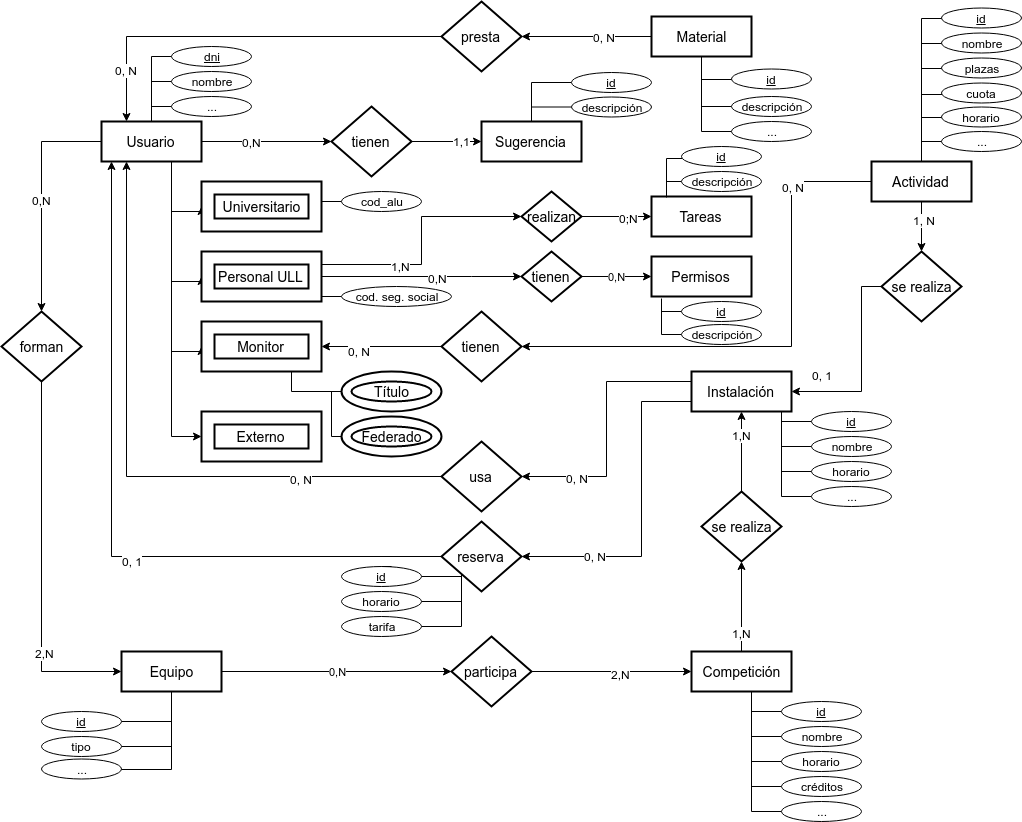
This is Copia-de-Deportes.png from Zanuro/BDD, a draw.io export, as it was before one commit. Source tidied: cells renumbered, new cells last; positions are measured from the earlier drawing's top-left corner, leaving out a move shared by most shapes.
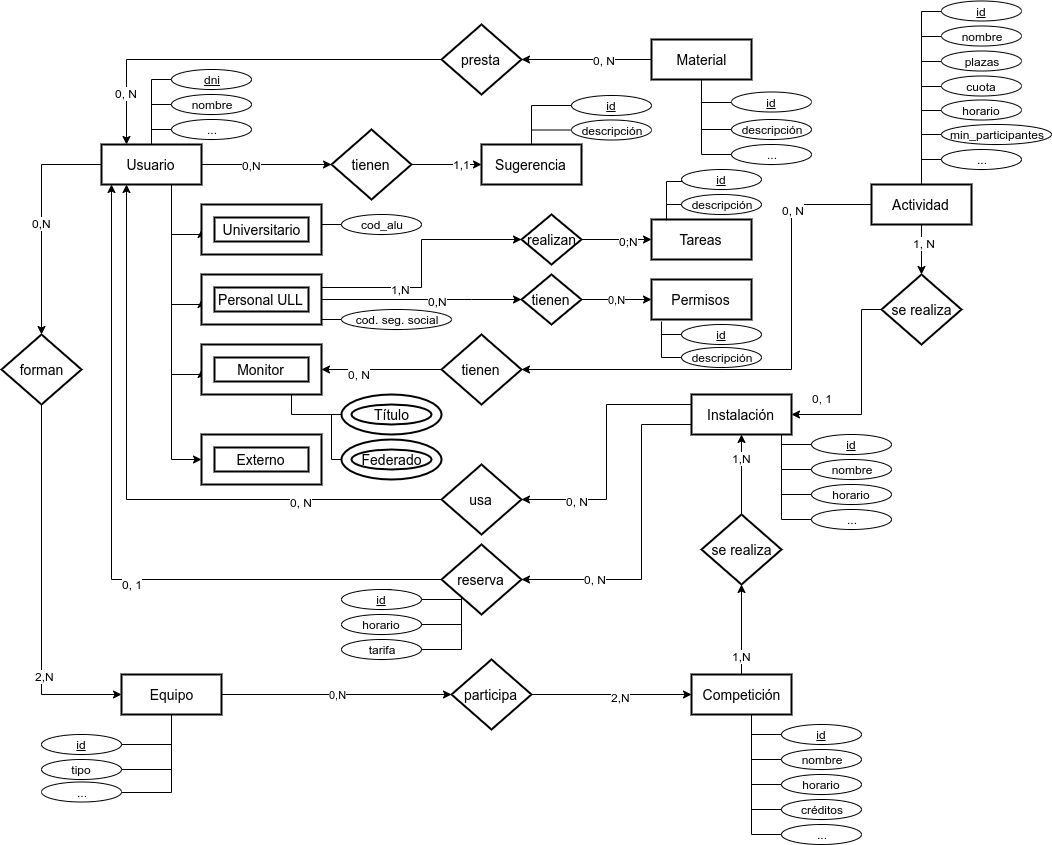
The same file after the commit.

Commit message:
Actualizado el diagrama de Deportes

The edit, as a diff of the source:
```diff
@@ -386,17 +386,17 @@
       </mxGeometry>
     </mxCell>
     <mxCell id="103" value="..." style="ellipse;whiteSpace=wrap;html=1;fillColor=#ffffff;" parent="1" vertex="1">
-      <mxGeometry x="940" y="130" width="80" height="20" as="geometry" />
+      <mxGeometry x="940" y="125" width="80" height="20" as="geometry" />
     </mxCell>
     <mxCell id="104" style="edgeStyle=orthogonalEdgeStyle;rounded=0;jettySize=auto;html=1;endArrow=none;endFill=0;" parent="1" edge="1" source="105" target="27">
       <mxGeometry relative="1" as="geometry">
         <Array as="points">
-          <mxPoint x="920" y="93" />
+          <mxPoint x="920" y="62" />
         </Array>
       </mxGeometry>
     </mxCell>
     <mxCell id="105" value="cuota" style="ellipse;whiteSpace=wrap;html=1;fillColor=#ffffff;" parent="1" vertex="1">
-      <mxGeometry x="940" y="81.5" width="80" height="20" as="geometry" />
+      <mxGeometry x="940" y="51.5" width="80" height="20" as="geometry" />
     </mxCell>
     <mxCell id="106" style="edgeStyle=orthogonalEdgeStyle;rounded=0;jettySize=auto;html=1;endArrow=none;endFill=0;" parent="1" edge="1" source="107">
       <mxGeometry relative="1" as="geometry">
@@ -404,31 +404,31 @@
       </mxGeometry>
     </mxCell>
     <mxCell id="107" value="plazas" style="ellipse;whiteSpace=wrap;html=1;fillColor=#ffffff;" parent="1" vertex="1">
-      <mxGeometry x="940" y="56.5" width="80" height="20" as="geometry" />
+      <mxGeometry x="940" y="26.5" width="80" height="20" as="geometry" />
     </mxCell>
     <mxCell id="108" style="edgeStyle=orthogonalEdgeStyle;rounded=0;jettySize=auto;html=1;endArrow=none;endFill=0;" parent="1" edge="1" source="109">
       <mxGeometry relative="1" as="geometry">
-        <mxPoint x="920" y="89" as="targetPoint" />
+        <mxPoint x="920" y="59" as="targetPoint" />
       </mxGeometry>
     </mxCell>
     <mxCell id="109" value="nombre" style="ellipse;whiteSpace=wrap;html=1;fillColor=#ffffff;" parent="1" vertex="1">
-      <mxGeometry x="940" y="31.5" width="80" height="20" as="geometry" />
+      <mxGeometry x="940" y="1.5" width="80" height="20" as="geometry" />
     </mxCell>
     <mxCell id="110" style="edgeStyle=orthogonalEdgeStyle;rounded=0;jettySize=auto;html=1;endArrow=none;endFill=0;" parent="1" edge="1" source="111">
       <mxGeometry relative="1" as="geometry">
-        <mxPoint x="920" y="79" as="targetPoint" />
+        <mxPoint x="920" y="49" as="targetPoint" />
       </mxGeometry>
     </mxCell>
     <mxCell id="111" value="id" style="ellipse;whiteSpace=wrap;html=1;fillColor=#ffffff;fontStyle=4;" parent="1" vertex="1">
-      <mxGeometry x="940" y="6.5" width="80" height="20" as="geometry" />
+      <mxGeometry x="940" y="-23.5" width="80" height="20" as="geometry" />
     </mxCell>
     <mxCell id="112" style="edgeStyle=orthogonalEdgeStyle;rounded=0;jettySize=auto;html=1;endArrow=none;endFill=0;" parent="1" edge="1" source="113">
       <mxGeometry relative="1" as="geometry">
-        <mxPoint x="920" y="124" as="targetPoint" />
+        <mxPoint x="920" y="94" as="targetPoint" />
       </mxGeometry>
     </mxCell>
     <mxCell id="113" value="horario" style="ellipse;whiteSpace=wrap;html=1;fillColor=#ffffff;" parent="1" vertex="1">
-      <mxGeometry x="940" y="105.5" width="80" height="20" as="geometry" />
+      <mxGeometry x="940" y="75.5" width="80" height="20" as="geometry" />
     </mxCell>
     <mxCell id="114" style="edgeStyle=orthogonalEdgeStyle;rounded=0;jettySize=auto;html=1;endArrow=none;endFill=0;" parent="1" edge="1" source="115">
       <mxGeometry relative="1" as="geometry">
@@ -565,5 +565,13 @@
     <mxCell id="146" value="id" style="ellipse;whiteSpace=wrap;html=1;fillColor=#ffffff;fontStyle=4;" parent="1" vertex="1">
       <mxGeometry x="680" y="300" width="80" height="20" as="geometry" />
     </mxCell>
+    <mxCell id="147" style="edgeStyle=orthogonalEdgeStyle;rounded=0;jettySize=auto;html=1;endArrow=none;endFill=0;" parent="1" edge="1" source="148">
+      <mxGeometry relative="1" as="geometry">
+        <mxPoint x="920" y="150" as="targetPoint" />
+      </mxGeometry>
+    </mxCell>
+    <mxCell id="148" value="min_participantes" style="ellipse;whiteSpace=wrap;html=1;fillColor=#ffffff;" parent="1" vertex="1">
+      <mxGeometry x="940" y="100" width="110" height="20" as="geometry" />
+    </mxCell>
   </root>
 </mxGraphModel>
```
